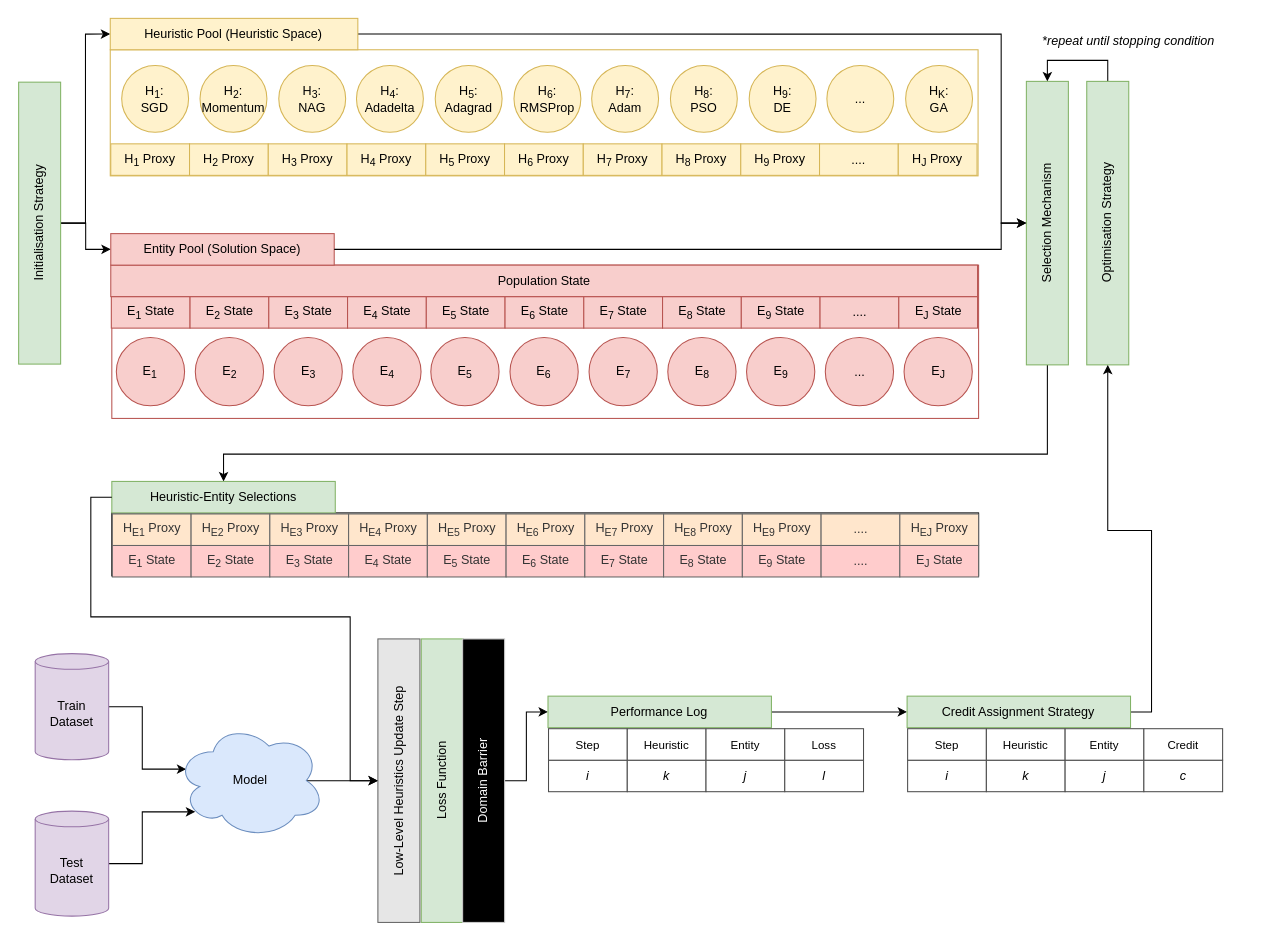
The draw.io diagram dissertation/designs/bhh_architecture.drawio in arneschreuder/masters, before the edit. Source tidied: cells renumbered, new cells numbered last; positions are measured from the earlier drawing's top-left corner, leaving out a move shared by most shapes. Both pictures are drawn from the tidied source at 105%, with x=0, y=0 at pixel (-102, 18).
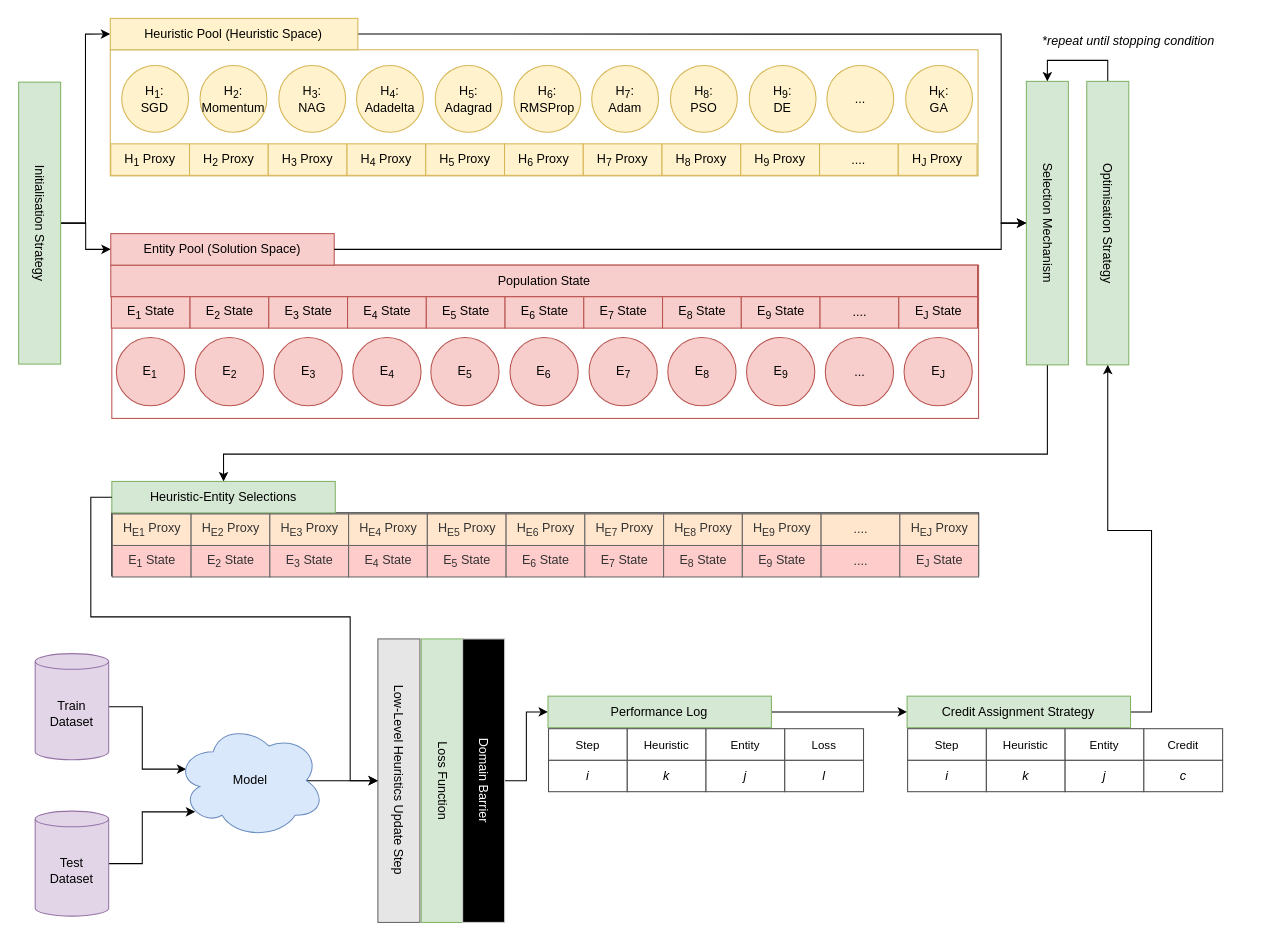
The same diagram, later.

Unchanged cells that the change refers to:
```xml
<mxCell id="34" value="&lt;span&gt;Heuristic-Entity Selections&lt;/span&gt;" style="text;html=1;align=center;verticalAlign=middle;whiteSpace=wrap;rounded=0;strokeColor=#82b366;fillColor=#d5e8d4;fontStyle=0;" parent="32" vertex="1">
  <mxGeometry width="212.8" height="30" as="geometry" />
</mxCell>
<mxCell id="58" value="&lt;span&gt;Entity Pool (Solution Space)&lt;/span&gt;" style="text;html=1;strokeColor=#b85450;fillColor=#f8cecc;align=center;verticalAlign=middle;whiteSpace=wrap;rounded=0;fontStyle=0;" parent="7" vertex="1">
  <mxGeometry width="212.8" height="30" as="geometry" />
</mxCell>
<mxCell id="82" value="&lt;span&gt;Heuristic Pool (Heuristic Space)&lt;/span&gt;" style="text;html=1;strokeColor=#d6b656;fillColor=#fff2cc;align=center;verticalAlign=middle;whiteSpace=wrap;rounded=0;fontStyle=0;" parent="1" vertex="1">
  <mxGeometry x="201.5" width="235.8" height="29.9" as="geometry" />
</mxCell>
<mxCell id="88" value="Model" style="ellipse;shape=cloud;whiteSpace=wrap;html=1;fillColor=#dae8fc;strokeColor=#6c8ebf;fontStyle=0;" parent="1" vertex="1">
  <mxGeometry x="264" y="671" width="142" height="110" as="geometry" />
</mxCell>
<mxCell id="101" value="&lt;span&gt;Credit Assignment Strategy&lt;/span&gt;" style="text;html=1;align=center;verticalAlign=middle;whiteSpace=wrap;rounded=0;strokeColor=#82b366;fillColor=#d5e8d4;fontStyle=0;" parent="100" vertex="1">
  <mxGeometry width="212.8" height="30" as="geometry" />
</mxCell>
<mxCell id="111" value="&lt;span&gt;Performance Log&lt;/span&gt;" style="text;html=1;align=center;verticalAlign=middle;whiteSpace=wrap;rounded=0;strokeColor=#82b366;fillColor=#d5e8d4;fontStyle=0;" parent="110" vertex="1">
  <mxGeometry width="212.8" height="30" as="geometry" />
</mxCell>
```

What changed in the source:
```diff
@@
-    <mxCell id="2" style="edgeStyle=orthogonalEdgeStyle;rounded=0;jettySize=auto;html=1;entryX=0;entryY=0.5;entryDx=0;entryDy=0;fontStyle=0;" parent="1" edge="1" source="4" target="82">
+    <mxCell id="2" style="edgeStyle=orthogonalEdgeStyle;rounded=0;jettySize=auto;html=1;entryX=0;entryY=0.5;entryDx=0;entryDy=0;fontStyle=0;exitX=0.5;exitY=0;exitDx=0;exitDy=0;" parent="1" edge="1" source="4" target="82">
       <mxGeometry relative="1" as="geometry" />
     </mxCell>
-    <mxCell id="3" style="edgeStyle=orthogonalEdgeStyle;rounded=0;jettySize=auto;html=1;entryX=0;entryY=0.5;entryDx=0;entryDy=0;fontStyle=0;" parent="1" edge="1" source="4" target="58">
+    <mxCell id="3" style="edgeStyle=orthogonalEdgeStyle;rounded=0;jettySize=auto;html=1;entryX=0;entryY=0.5;entryDx=0;entryDy=0;fontStyle=0;exitX=0.5;exitY=0;exitDx=0;exitDy=0;" parent="1" edge="1" source="4" target="58">
       <mxGeometry relative="1" as="geometry" />
     </mxCell>
-    <mxCell id="4" value="&lt;span&gt;Initialisation Strategy&lt;/span&gt;" style="text;html=1;strokeColor=#82b366;fillColor=#d5e8d4;align=center;verticalAlign=middle;whiteSpace=wrap;rounded=0;rotation=-90;fontStyle=0;" parent="1" vertex="1">
+    <mxCell id="4" value="&lt;span&gt;Initialisation Strategy&lt;/span&gt;" style="text;html=1;strokeColor=#82b366;fillColor=#d5e8d4;align=center;verticalAlign=middle;whiteSpace=wrap;rounded=0;rotation=90;fontStyle=0;" parent="1" vertex="1">
       <mxGeometry y="175" width="268.5" height="40" as="geometry" />
     </mxCell>
-    <mxCell id="5" style="edgeStyle=orthogonalEdgeStyle;rounded=0;jettySize=auto;html=1;entryX=0.5;entryY=0;entryDx=0;entryDy=0;exitX=0;exitY=0.5;exitDx=0;exitDy=0;fontStyle=0;" parent="1" edge="1" source="6" target="34">
+    <mxCell id="5" style="edgeStyle=orthogonalEdgeStyle;rounded=0;jettySize=auto;html=1;entryX=0.5;entryY=0;entryDx=0;entryDy=0;exitX=1;exitY=0.5;exitDx=0;exitDy=0;fontStyle=0;" parent="1" edge="1" source="6" target="34">
       <mxGeometry relative="1" as="geometry">
         <Array as="points">
           <mxPoint x="1094" y="415" />
           <mxPoint x="309" y="415" />
         </Array>
       </mxGeometry>
     </mxCell>
-    <mxCell id="6" value="&lt;span&gt;Selection Mechanism&lt;/span&gt;" style="text;html=1;strokeColor=#82b366;fillColor=#d5e8d4;align=center;verticalAlign=middle;whiteSpace=wrap;rounded=0;rotation=-90;fontStyle=0;" parent="1" vertex="1">
+    <mxCell id="6" value="&lt;span&gt;Selection Mechanism&lt;/span&gt;" style="text;html=1;strokeColor=#82b366;fillColor=#d5e8d4;align=center;verticalAlign=middle;whiteSpace=wrap;rounded=0;rotation=90;fontStyle=0;" parent="1" vertex="1">
       <mxGeometry x="959" y="175" width="270" height="40" as="geometry" />
     </mxCell>
@@
-    <mxCell id="59" style="edgeStyle=orthogonalEdgeStyle;rounded=0;jettySize=auto;html=1;exitX=1;exitY=0.5;exitDx=0;exitDy=0;entryX=0.5;entryY=0;entryDx=0;entryDy=0;fontStyle=0;" parent="1" edge="1" source="82" target="6">
+    <mxCell id="59" style="edgeStyle=orthogonalEdgeStyle;rounded=0;jettySize=auto;html=1;exitX=1;exitY=0.5;exitDx=0;exitDy=0;entryX=0.5;entryY=1;entryDx=0;entryDy=0;fontStyle=0;" parent="1" edge="1" source="82" target="6">
       <mxGeometry relative="1" as="geometry">
         <Array as="points">
           <mxPoint x="1050" y="15" />
           <mxPoint x="1050" y="195" />
         </Array>
       </mxGeometry>
     </mxCell>
@@
-    <mxCell id="84" style="edgeStyle=orthogonalEdgeStyle;rounded=0;jettySize=auto;html=1;exitX=1;exitY=0.5;exitDx=0;exitDy=0;entryX=0.5;entryY=0;entryDx=0;entryDy=0;fontStyle=0;" parent="1" edge="1" source="58" target="6">
+    <mxCell id="84" style="edgeStyle=orthogonalEdgeStyle;rounded=0;jettySize=auto;html=1;exitX=1;exitY=0.5;exitDx=0;exitDy=0;entryX=0.5;entryY=1;entryDx=0;entryDy=0;fontStyle=0;" parent="1" edge="1" source="58" target="6">
       <mxGeometry relative="1" as="geometry">
         <Array as="points">
           <mxPoint x="1050" y="220" />
           <mxPoint x="1050" y="195" />
         </Array>
       </mxGeometry>
     </mxCell>
@@
-    <mxCell id="87" style="edgeStyle=orthogonalEdgeStyle;rounded=0;jettySize=auto;html=1;exitX=0.875;exitY=0.5;exitDx=0;exitDy=0;exitPerimeter=0;entryX=0.5;entryY=0;entryDx=0;entryDy=0;" parent="1" edge="1" source="88" target="120">
+    <mxCell id="87" style="edgeStyle=orthogonalEdgeStyle;rounded=0;jettySize=auto;html=1;exitX=0.875;exitY=0.5;exitDx=0;exitDy=0;exitPerimeter=0;entryX=0.5;entryY=1;entryDx=0;entryDy=0;" parent="1" edge="1" source="88" target="120">
       <mxGeometry relative="1" as="geometry" />
     </mxCell>
@@
-    <mxCell id="91" style="edgeStyle=orthogonalEdgeStyle;rounded=0;jettySize=auto;html=1;entryX=0;entryY=0.5;entryDx=0;entryDy=0;fontSize=9;exitX=0.5;exitY=1;exitDx=0;exitDy=0;fontStyle=0;" parent="1" edge="1" source="96" target="111">
+    <mxCell id="91" style="edgeStyle=orthogonalEdgeStyle;rounded=0;jettySize=auto;html=1;entryX=0;entryY=0.5;entryDx=0;entryDy=0;fontSize=9;exitX=0.5;exitY=0;exitDx=0;exitDy=0;fontStyle=0;" parent="1" edge="1" source="96" target="111">
       <mxGeometry relative="1" as="geometry" />
     </mxCell>
-    <mxCell id="92" value="&lt;span&gt;Loss Function&lt;/span&gt;" style="text;html=1;strokeColor=#82b366;fillColor=#d5e8d4;align=center;verticalAlign=middle;whiteSpace=wrap;rounded=0;rotation=-90;fontStyle=0;" parent="1" vertex="1">
+    <mxCell id="92" value="&lt;span&gt;Loss Function&lt;/span&gt;" style="text;html=1;strokeColor=#82b366;fillColor=#d5e8d4;align=center;verticalAlign=middle;whiteSpace=wrap;rounded=0;rotation=90;fontStyle=0;" parent="1" vertex="1">
       <mxGeometry x="382.7" y="706" width="270" height="40" as="geometry" />
     </mxCell>
-    <mxCell id="93" style="edgeStyle=orthogonalEdgeStyle;rounded=0;jettySize=auto;html=1;exitX=1;exitY=0.5;exitDx=0;exitDy=0;entryX=1;entryY=0.5;entryDx=0;entryDy=0;fontSize=9;fontColor=#FFFFFF;fontStyle=0;" parent="1" edge="1" source="94" target="6">
+    <mxCell id="93" style="edgeStyle=orthogonalEdgeStyle;rounded=0;jettySize=auto;html=1;exitX=0;exitY=0.5;exitDx=0;exitDy=0;entryX=0;entryY=0.5;entryDx=0;entryDy=0;fontSize=9;fontColor=#FFFFFF;fontStyle=0;" parent="1" edge="1" source="94" target="6">
       <mxGeometry relative="1" as="geometry" />
     </mxCell>
-    <mxCell id="94" value="&lt;span&gt;Optimisation Strategy&lt;/span&gt;" style="text;html=1;strokeColor=#82b366;fillColor=#d5e8d4;align=center;verticalAlign=middle;whiteSpace=wrap;rounded=0;rotation=-90;fontStyle=0;" parent="1" vertex="1">
+    <mxCell id="94" value="&lt;span&gt;Optimisation Strategy&lt;/span&gt;" style="text;html=1;strokeColor=#82b366;fillColor=#d5e8d4;align=center;verticalAlign=middle;whiteSpace=wrap;rounded=0;rotation=90;fontStyle=0;" parent="1" vertex="1">
       <mxGeometry x="1016.5" y="175" width="270" height="40" as="geometry" />
     </mxCell>
-    <mxCell id="95" style="edgeStyle=orthogonalEdgeStyle;rounded=0;jettySize=auto;html=1;entryX=0;entryY=0.5;entryDx=0;entryDy=0;fontSize=9;exitX=1;exitY=0.5;exitDx=0;exitDy=0;fontStyle=0;" parent="1" edge="1" source="101" target="94">
+    <mxCell id="95" style="edgeStyle=orthogonalEdgeStyle;rounded=0;jettySize=auto;html=1;entryX=1;entryY=0.5;entryDx=0;entryDy=0;fontSize=9;exitX=1;exitY=0.5;exitDx=0;exitDy=0;fontStyle=0;" parent="1" edge="1" source="101" target="94">
       <mxGeometry relative="1" as="geometry" />
     </mxCell>
-    <mxCell id="96" value="&lt;span&gt;Domain Barrier&lt;/span&gt;" style="text;html=1;strokeColor=#CCCCCC;fillColor=#000000;align=center;verticalAlign=middle;whiteSpace=wrap;rounded=0;rotation=-90;fontColor=#FFFFFF;fontStyle=0;" parent="1" vertex="1">
+    <mxCell id="96" value="&lt;span&gt;Domain Barrier&lt;/span&gt;" style="text;html=1;strokeColor=#CCCCCC;fillColor=#000000;align=center;verticalAlign=middle;whiteSpace=wrap;rounded=0;rotation=90;fontColor=#FFFFFF;fontStyle=0;" parent="1" vertex="1">
       <mxGeometry x="422.1" y="706" width="270" height="40" as="geometry" />
     </mxCell>
@@
-    <mxCell id="120" value="Low-Level Heuristics Update Step" style="text;html=1;strokeColor=#666666;fillColor=#E6E6E6;align=center;verticalAlign=middle;whiteSpace=wrap;rounded=0;rotation=-90;fontStyle=0;" parent="1" vertex="1">
+    <mxCell id="120" value="Low-Level Heuristics Update Step" style="text;html=1;strokeColor=#666666;fillColor=#E6E6E6;align=center;verticalAlign=middle;whiteSpace=wrap;rounded=0;rotation=90;fontStyle=0;" parent="1" vertex="1">
       <mxGeometry x="341.4" y="706" width="270" height="40" as="geometry" />
     </mxCell>
-    <mxCell id="121" style="edgeStyle=orthogonalEdgeStyle;rounded=0;jettySize=auto;html=1;exitX=0;exitY=0.5;exitDx=0;exitDy=0;entryX=0.5;entryY=0;entryDx=0;entryDy=0;" parent="1" edge="1" source="34" target="120">
+    <mxCell id="121" style="edgeStyle=orthogonalEdgeStyle;rounded=0;jettySize=auto;html=1;exitX=0;exitY=0.5;exitDx=0;exitDy=0;entryX=0.5;entryY=1;entryDx=0;entryDy=0;" parent="1" edge="1" source="34" target="120">
       <mxGeometry relative="1" as="geometry">
         <Array as="points">
           <mxPoint x="183" y="456" />
           <mxPoint x="183" y="570" />
           <mxPoint x="430" y="570" />
           <mxPoint x="430" y="726" />
         </Array>
       </mxGeometry>
     </mxCell>
```
